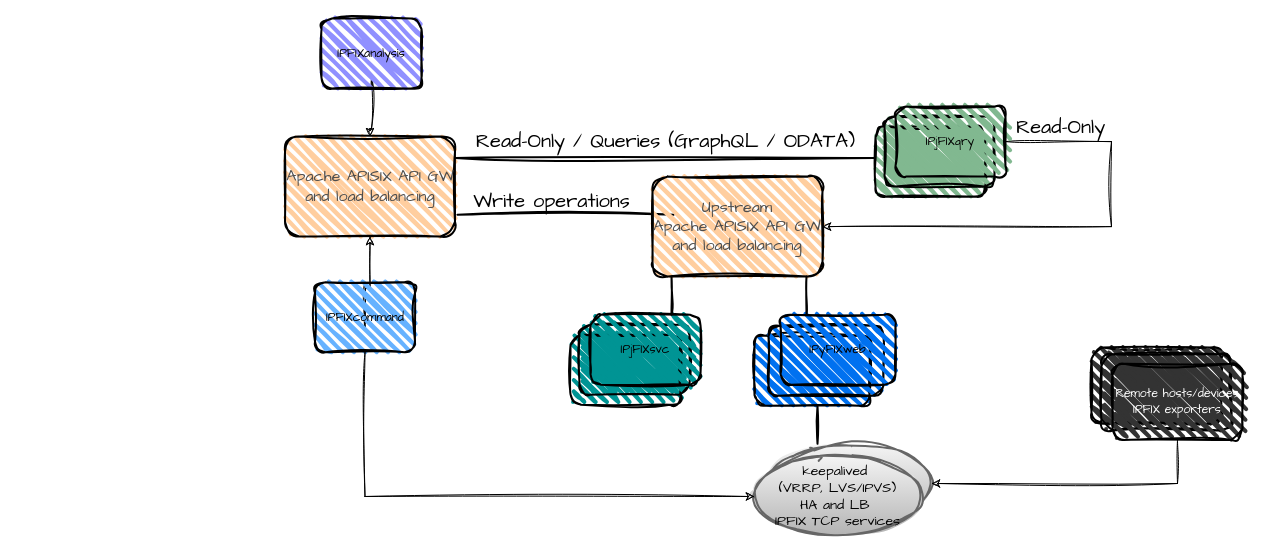
Before: documentation/apisix.drawio in mesbrj/IPFIXscenario, a draw.io diagram. Source tidied: cells renumbered, new cells numbered last; positions are measured from the earlier drawing's top-left corner, leaving out a move shared by most shapes. Both pictures are drawn from the tidied source at 100%, with x=0, y=0 at pixel (285, -52).
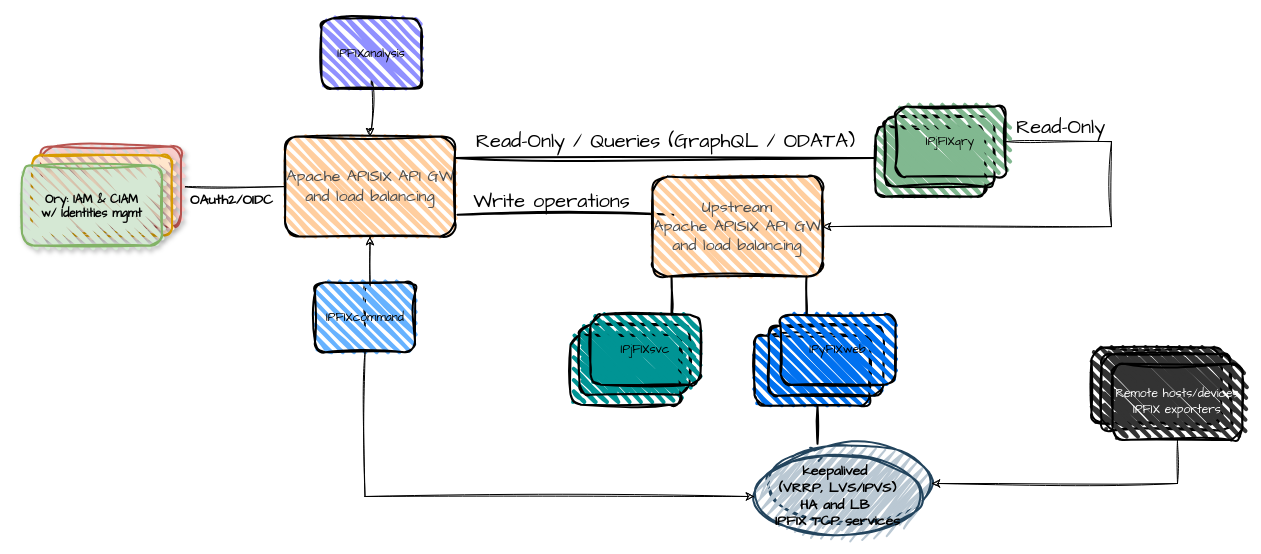
After the change.

The change refers to these unchanged cells:
```xml
<mxCell id="4" value="&lt;div&gt;&lt;font style=&quot;color: rgb(77, 77, 77);&quot;&gt;Apache APISIX API GW and load balancing&lt;/font&gt;&lt;/div&gt;" style="rounded=1;whiteSpace=wrap;html=1;strokeWidth=2;fillWeight=4;hachureGap=8;hachureAngle=45;fillColor=light-dark(#FFCE9F,#198CC4);sketch=1;align=center;verticalAlign=middle;curveFitting=1;jiggle=2;fontFamily=Comic Sans MS;fontSize=16;fontColor=#B3B3B3;" parent="1" vertex="1">
  <mxGeometry x="-0.5" y="188.1" width="170" height="100" as="geometry" />
</mxCell>
```

Change to the diagram source:
```diff
@@
-    <mxCell id="24" style="ellipse;whiteSpace=wrap;html=1;strokeWidth=2;fillWeight=2;hachureGap=8;fillColor=#f5f5f5;fillStyle=dots;sketch=1;jiggle=2;curveFitting=1;fontFamily=Architects Daughter;strokeColor=#666666;gradientColor=#b3b3b3;" parent="1" vertex="1">
+    <mxCell id="24" style="ellipse;whiteSpace=wrap;html=1;strokeWidth=2;fillWeight=2;hachureGap=8;fillColor=#bac8d3;fillStyle=zigzag;sketch=1;jiggle=2;curveFitting=1;fontFamily=Architects Daughter;strokeColor=#23445d;" parent="1" vertex="1">
       <mxGeometry x="482" y="495" width="164" height="80" as="geometry" />
     </mxCell>
@@
-    <mxCell id="26" value="&lt;font style=&quot;&quot;&gt;&lt;span style=&quot;font-size: 14px;&quot;&gt;keepalived&amp;nbsp;&lt;/span&gt;&lt;/font&gt;&lt;div&gt;&lt;font style=&quot;&quot;&gt;&lt;span style=&quot;font-size: 14px;&quot;&gt;(&lt;/span&gt;&lt;span style=&quot;font-size: 14px;&quot;&gt;VRRP, LVS/IPVS&lt;/span&gt;&lt;span style=&quot;font-size: 14px;&quot;&gt;)&lt;/span&gt;&lt;/font&gt;&lt;div&gt;&lt;font style=&quot;&quot;&gt;&lt;span style=&quot;font-size: 14px;&quot;&gt;HA and LB&amp;nbsp;&lt;/span&gt;&lt;/font&gt;&lt;/div&gt;&lt;div&gt;&lt;font style=&quot;&quot;&gt;&lt;span style=&quot;font-size: 14px;&quot;&gt;IPFIX TCP services&lt;/span&gt;&lt;/font&gt;&lt;/div&gt;&lt;/div&gt;" style="ellipse;whiteSpace=wrap;html=1;strokeWidth=2;fillWeight=2;hachureGap=8;fillColor=#f5f5f5;fillStyle=dots;sketch=1;jiggle=2;curveFitting=1;fontFamily=Architects Daughter;strokeColor=#666666;gradientColor=#b3b3b3;" parent="1" vertex="1">
+    <mxCell id="26" value="&lt;font style=&quot;color: rgb(0, 0, 0);&quot;&gt;&lt;span style=&quot;font-size: 14px;&quot;&gt;&lt;b&gt;keepalived&amp;nbsp;&lt;/b&gt;&lt;/span&gt;&lt;/font&gt;&lt;div&gt;&lt;font style=&quot;color: rgb(0, 0, 0);&quot;&gt;&lt;b&gt;&lt;span style=&quot;font-size: 14px;&quot;&gt;(&lt;/span&gt;&lt;span style=&quot;font-size: 14px;&quot;&gt;VRRP, LVS/IPVS&lt;/span&gt;&lt;span style=&quot;font-size: 14px;&quot;&gt;)&lt;/span&gt;&lt;/b&gt;&lt;/font&gt;&lt;div&gt;&lt;font style=&quot;color: rgb(0, 0, 0);&quot;&gt;&lt;span style=&quot;font-size: 14px;&quot;&gt;&lt;b&gt;HA and LB&amp;nbsp;&lt;/b&gt;&lt;/span&gt;&lt;/font&gt;&lt;/div&gt;&lt;div&gt;&lt;font style=&quot;color: rgb(0, 0, 0);&quot;&gt;&lt;span style=&quot;font-size: 14px;&quot;&gt;&lt;b&gt;IPFIX TCP services&lt;/b&gt;&lt;/span&gt;&lt;/font&gt;&lt;/div&gt;&lt;/div&gt;" style="ellipse;whiteSpace=wrap;html=1;strokeWidth=2;fillWeight=2;hachureGap=8;fillColor=#bac8d3;fillStyle=zigzag;sketch=1;jiggle=2;curveFitting=1;fontFamily=Architects Daughter;strokeColor=#23445d;" parent="1" vertex="1">
       <mxGeometry x="469" y="508" width="167" height="80" as="geometry" />
     </mxCell>
@@
+    <mxCell id="33" style="edgeStyle=orthogonalEdgeStyle;rounded=0;sketch=1;hachureGap=4;jiggle=2;curveFitting=1;jettySize=auto;html=1;entryX=0;entryY=0.5;entryDx=0;entryDy=0;fontFamily=Architects Daughter;endArrow=none;endFill=0;" parent="1" edge="1" source="34" target="4">
+      <mxGeometry relative="1" as="geometry" />
+    </mxCell>
+    <mxCell id="34" style="rounded=1;whiteSpace=wrap;html=1;strokeWidth=2;fillWeight=4;hachureGap=8;hachureAngle=45;fillColor=#f8cecc;strokeColor=#b85450;shadow=1;fillStyle=zigzag;sketch=1;curveFitting=1;jiggle=2;" parent="1" vertex="1">
+      <mxGeometry x="-244.5" y="198.1" width="140" height="80" as="geometry" />
+    </mxCell>
+    <mxCell id="35" style="rounded=1;whiteSpace=wrap;html=1;strokeWidth=2;fillWeight=4;hachureGap=8;hachureAngle=45;fillColor=#ffe6cc;strokeColor=#d79b00;shadow=1;fillStyle=zigzag;sketch=1;curveFitting=1;jiggle=2;" parent="1" vertex="1">
+      <mxGeometry x="-253.5" y="207.1" width="140" height="80" as="geometry" />
+    </mxCell>
+    <mxCell id="36" style="rounded=1;whiteSpace=wrap;html=1;strokeWidth=2;fillWeight=4;hachureGap=8;hachureAngle=45;fillColor=#d5e8d4;strokeColor=#82b366;glass=0;shadow=1;fillStyle=zigzag;sketch=1;curveFitting=1;jiggle=2;" parent="1" vertex="1">
+      <mxGeometry x="-263.5" y="217.1" width="140" height="80" as="geometry" />
+    </mxCell>
+    <mxCell id="37" value="&lt;span style=&quot;font-family: &amp;quot;Comic Sans MS&amp;quot;;&quot;&gt;Ory&lt;/span&gt;&lt;span style=&quot;font-family: &amp;quot;Comic Sans MS&amp;quot;; background-color: transparent;&quot;&gt;: IAM &amp;amp; CIAM&lt;/span&gt;&lt;div style=&quot;font-family: &amp;quot;Comic Sans MS&amp;quot;;&quot;&gt;&lt;span style=&quot;background-color: transparent;&quot;&gt;&amp;nbsp;w/ Identities mgmt&amp;nbsp;&lt;/span&gt;&lt;/div&gt;" style="text;html=1;align=center;verticalAlign=middle;strokeColor=none;fillColor=none;shadow=1;fontStyle=1;sketch=1;curveFitting=1;jiggle=2;" parent="1" vertex="1">
+      <mxGeometry x="-264" y="238.1" width="140" height="40" as="geometry" />
+    </mxCell>
+    <mxCell id="38" value="&lt;b&gt;&lt;font style=&quot;font-size: 14px;&quot;&gt;OAuth2/OIDC&lt;/font&gt;&lt;/b&gt;" style="text;html=1;align=center;verticalAlign=middle;strokeColor=none;fillColor=none;fontFamily=Architects Daughter;" parent="1" vertex="1">
+      <mxGeometry x="-109" y="237.1" width="110" height="30" as="geometry" />
+    </mxCell>
```
